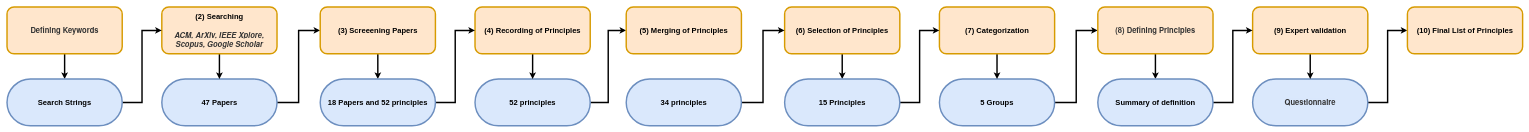
The draw.io diagram definition/images/literature_review/literature_review.drawio in cristianlepore/Self-Sovereign-Identity, before the edit. Source tidied: cells renumbered, new cells numbered last; positions are measured from the earlier drawing's top-left corner, leaving out a move shared by most shapes. Both pictures are drawn from the tidied source at 36%, with x=0, y=0 at pixel (7, 7).
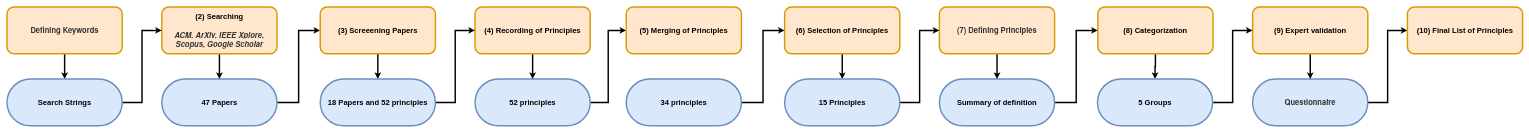
After the change.

Unchanged cells that the change refers to:
```xml
<mxCell id="25" value="&lt;font&gt;15 Principles&lt;/font&gt;" style="rounded=1;whiteSpace=wrap;html=1;fillColor=#dae8fc;arcSize=50;strokeWidth=4;strokeColor=#6c8ebf;fontSize=21;fontStyle=1;" parent="1" vertex="1">
  <mxGeometry x="2160" y="200" width="320" height="130" as="geometry" />
</mxCell>
<mxCell id="31" value="&lt;div&gt;&lt;font&gt;(9) Expert validation&lt;br&gt;&lt;/font&gt;&lt;/div&gt;" style="rounded=1;whiteSpace=wrap;html=1;fillColor=#ffe6cc;strokeWidth=4;strokeColor=#d79b00;fontSize=21;fontStyle=1;" parent="1" vertex="1">
  <mxGeometry x="3460" width="320" height="130" as="geometry" />
</mxCell>
```

What changed in the source:
```diff
@@
-    <mxCell id="20" style="edgeStyle=orthogonalEdgeStyle;rounded=0;jettySize=auto;html=1;entryX=0;entryY=0.5;entryDx=0;entryDy=0;strokeWidth=4;fontSize=21;fontStyle=1;" parent="1" edge="1" source="21" target="27">
-      <mxGeometry relative="1" as="geometry" />
-    </mxCell>
-    <mxCell id="21" value="&lt;font&gt;5 Groups&lt;/font&gt;" style="rounded=1;whiteSpace=wrap;html=1;fillColor=#dae8fc;arcSize=50;strokeWidth=4;strokeColor=#6c8ebf;fontSize=21;fontStyle=1;" parent="1" vertex="1">
-      <mxGeometry x="2590" y="200" width="320" height="130" as="geometry" />
-    </mxCell>
-    <mxCell id="22" style="edgeStyle=orthogonalEdgeStyle;rounded=0;jettySize=auto;html=1;entryX=0.5;entryY=0;entryDx=0;entryDy=0;strokeWidth=4;fontSize=21;fontStyle=1;" parent="1" edge="1" source="23" target="21">
-      <mxGeometry relative="1" as="geometry" />
-    </mxCell>
-    <mxCell id="23" value="&lt;div&gt;&lt;font&gt;(7) Categorization&lt;/font&gt;&lt;/div&gt;" style="rounded=1;whiteSpace=wrap;html=1;fillColor=#ffe6cc;strokeWidth=4;strokeColor=#d79b00;fontSize=21;fontStyle=1;" parent="1" vertex="1">
-      <mxGeometry x="2590" width="320" height="130" as="geometry" />
-    </mxCell>
-    <mxCell id="24" style="edgeStyle=orthogonalEdgeStyle;rounded=0;jettySize=auto;html=1;entryX=0;entryY=0.5;entryDx=0;entryDy=0;strokeWidth=4;fontSize=21;fontStyle=1;" parent="1" edge="1" source="25" target="23">
-      <mxGeometry relative="1" as="geometry" />
-    </mxCell>
+    <mxCell id="38" style="edgeStyle=orthogonalEdgeStyle;rounded=0;jettySize=auto;html=1;entryX=0;entryY=0.5;entryDx=0;entryDy=0;strokeWidth=4;fontSize=21;fontStyle=1;" parent="1" edge="1" source="33" target="43">
+      <mxGeometry relative="1" as="geometry" />
+    </mxCell>
+    <mxCell id="33" value="&lt;font&gt;Summary of definition&lt;/font&gt;" style="rounded=1;whiteSpace=wrap;html=1;fillColor=#dae8fc;arcSize=50;strokeWidth=4;strokeColor=#6c8ebf;fontSize=21;fontStyle=1;" parent="1" vertex="1">
+      <mxGeometry x="2590" y="200" width="320" height="130" as="geometry" />
+    </mxCell>
+    <mxCell id="39" style="edgeStyle=orthogonalEdgeStyle;rounded=0;jettySize=auto;html=1;entryX=0.5;entryY=0;entryDx=0;entryDy=0;strokeWidth=4;fontSize=21;fontStyle=1;" parent="1" edge="1" source="40" target="33">
+      <mxGeometry relative="1" as="geometry" />
+    </mxCell>
+    <mxCell id="40" value="&lt;div&gt;&lt;div&gt;&lt;font style=&quot;background-color: light-dark(rgb(255, 230, 204), rgb(255, 255, 255));&quot;&gt;&lt;span style=&quot;--tw-border-spacing-x: 0; --tw-border-spacing-y: 0; --tw-translate-x: 0; --tw-translate-y: 0; --tw-rotate: 0; --tw-skew-x: 0; --tw-skew-y: 0; --tw-scale-x: 1; --tw-scale-y: 1; --tw-pan-x: ; --tw-pan-y: ; --tw-pinch-zoom: ; --tw-scroll-snap-strictness: proximity; --tw-gradient-from-position: ; --tw-gradient-via-position: ; --tw-gradient-to-position: ; --tw-ordinal: ; --tw-slashed-zero: ; --tw-numeric-figure: ; --tw-numeric-spacing: ; --tw-numeric-fraction: ; --tw-ring-inset: ; --tw-ring-offset-width: 0px; --tw-ring-offset-color: light-dark(#fff, #000000); --tw-ring-color: rgb(59 130 246 / .5); --tw-ring-offset-shadow: 0 0 #0000; --tw-ring-shadow: 0 0 #0000; --tw-shadow: 0 0 #0000; --tw-shadow-colored: 0 0 #0000; --tw-blur: ; --tw-brightness: ; --tw-contrast: ; --tw-grayscale: ; --tw-hue-rotate: ; --tw-invert: ; --tw-saturate: ; --tw-sepia: ; --tw-drop-shadow: ; --tw-backdrop-blur: ; --tw-backdrop-brightness: ; --tw-backdrop-contrast: ; --tw-backdrop-grayscale: ; --tw-backdrop-hue-rotate: ; --tw-backdrop-invert: ; --tw-backdrop-opacity: ; --tw-backdrop-saturate: ; --tw-backdrop-sepia: ; color: rgb(51, 51, 51); font-family: &amp;quot;Helvetica Neue&amp;quot;, Helvetica, &amp;quot;Segoe UI&amp;quot;, Arial, freesans, sans-serif; font-variant-ligatures: normal; font-variant-caps: normal; letter-spacing: normal; text-align: start; text-indent: 0px; text-transform: none; word-spacing: 0px; -webkit-text-stroke-width: 0px; white-space: normal; text-decoration-thickness: initial; text-decoration-style: initial; text-decoration-color: initial;&quot;&gt;(7) Defining Principles&lt;/span&gt;&lt;/font&gt;&lt;/div&gt;&lt;/div&gt;" style="rounded=1;whiteSpace=wrap;html=1;fillColor=#ffe6cc;strokeWidth=4;strokeColor=#d79b00;fontSize=21;fontStyle=1;" parent="1" vertex="1">
+      <mxGeometry x="2590" width="320" height="130" as="geometry" />
+    </mxCell>
+    <mxCell id="41" style="edgeStyle=orthogonalEdgeStyle;rounded=0;jettySize=auto;html=1;entryX=0;entryY=0.5;entryDx=0;entryDy=0;strokeWidth=4;fontSize=21;fontStyle=1;" parent="1" edge="1" source="25" target="40">
+      <mxGeometry relative="1" as="geometry" />
+    </mxCell>
@@
-    <mxCell id="26" style="edgeStyle=orthogonalEdgeStyle;rounded=0;jettySize=auto;html=1;entryX=0.5;entryY=0;entryDx=0;entryDy=0;strokeWidth=4;fontSize=21;fontStyle=1;" parent="1" edge="1" source="27" target="33">
-      <mxGeometry relative="1" as="geometry" />
-    </mxCell>
-    <mxCell id="27" value="&lt;div&gt;&lt;font style=&quot;background-color: light-dark(rgb(255, 230, 204), rgb(255, 255, 255));&quot;&gt;&lt;span style=&quot;--tw-border-spacing-x: 0; --tw-border-spacing-y: 0; --tw-translate-x: 0; --tw-translate-y: 0; --tw-rotate: 0; --tw-skew-x: 0; --tw-skew-y: 0; --tw-scale-x: 1; --tw-scale-y: 1; --tw-pan-x: ; --tw-pan-y: ; --tw-pinch-zoom: ; --tw-scroll-snap-strictness: proximity; --tw-gradient-from-position: ; --tw-gradient-via-position: ; --tw-gradient-to-position: ; --tw-ordinal: ; --tw-slashed-zero: ; --tw-numeric-figure: ; --tw-numeric-spacing: ; --tw-numeric-fraction: ; --tw-ring-inset: ; --tw-ring-offset-width: 0px; --tw-ring-offset-color: light-dark(#fff, #000000); --tw-ring-color: rgb(59 130 246 / .5); --tw-ring-offset-shadow: 0 0 #0000; --tw-ring-shadow: 0 0 #0000; --tw-shadow: 0 0 #0000; --tw-shadow-colored: 0 0 #0000; --tw-blur: ; --tw-brightness: ; --tw-contrast: ; --tw-grayscale: ; --tw-hue-rotate: ; --tw-invert: ; --tw-saturate: ; --tw-sepia: ; --tw-drop-shadow: ; --tw-backdrop-blur: ; --tw-backdrop-brightness: ; --tw-backdrop-contrast: ; --tw-backdrop-grayscale: ; --tw-backdrop-hue-rotate: ; --tw-backdrop-invert: ; --tw-backdrop-opacity: ; --tw-backdrop-saturate: ; --tw-backdrop-sepia: ; color: rgb(51, 51, 51); font-family: &amp;quot;Helvetica Neue&amp;quot;, Helvetica, &amp;quot;Segoe UI&amp;quot;, Arial, freesans, sans-serif; font-variant-ligatures: normal; font-variant-caps: normal; letter-spacing: normal; text-align: start; text-indent: 0px; text-transform: none; word-spacing: 0px; -webkit-text-stroke-width: 0px; white-space: normal; text-decoration-thickness: initial; text-decoration-style: initial; text-decoration-color: initial;&quot;&gt;(8) Defining Principles&lt;/span&gt;&lt;/font&gt;&lt;/div&gt;" style="rounded=1;whiteSpace=wrap;html=1;fillColor=#ffe6cc;strokeWidth=4;strokeColor=#d79b00;fontSize=21;fontStyle=1;" parent="1" vertex="1">
-      <mxGeometry x="3030" width="320" height="130" as="geometry" />
-    </mxCell>
+    <mxCell id="42" style="edgeStyle=orthogonalEdgeStyle;rounded=0;jettySize=auto;html=1;entryX=0.5;entryY=0;entryDx=0;entryDy=0;strokeWidth=4;fontSize=21;fontStyle=1;" parent="1" edge="1" source="43" target="21">
+      <mxGeometry relative="1" as="geometry" />
+    </mxCell>
+    <mxCell id="43" value="&lt;br&gt;&lt;div&gt;&lt;font&gt;(8) Categorization&lt;/font&gt;&lt;/div&gt;&lt;div&gt;&lt;font&gt;&lt;br&gt;&lt;/font&gt;&lt;/div&gt;" style="rounded=1;whiteSpace=wrap;html=1;fillColor=#ffe6cc;strokeWidth=4;strokeColor=#d79b00;fontSize=21;fontStyle=1;" parent="1" vertex="1">
+      <mxGeometry x="3030" width="320" height="130" as="geometry" />
+    </mxCell>
@@
-    <mxCell id="32" style="edgeStyle=orthogonalEdgeStyle;rounded=0;jettySize=auto;html=1;entryX=0;entryY=0.5;entryDx=0;entryDy=0;strokeWidth=4;fontSize=21;fontStyle=1;" parent="1" edge="1" source="33" target="31">
-      <mxGeometry relative="1" as="geometry" />
-    </mxCell>
-    <mxCell id="33" value="&lt;font&gt;Summary of definition&lt;br&gt;&lt;/font&gt;" style="rounded=1;whiteSpace=wrap;html=1;fillColor=#dae8fc;arcSize=50;strokeWidth=4;strokeColor=#6c8ebf;fontSize=21;fontStyle=1;" parent="1" vertex="1">
-      <mxGeometry x="3030" y="200" width="320" height="130" as="geometry" />
-    </mxCell>
+    <mxCell id="44" style="edgeStyle=orthogonalEdgeStyle;rounded=0;jettySize=auto;html=1;entryX=0;entryY=0.5;entryDx=0;entryDy=0;strokeWidth=4;fontSize=21;fontStyle=1;" parent="1" edge="1" source="21" target="31">
+      <mxGeometry relative="1" as="geometry" />
+    </mxCell>
+    <mxCell id="21" value="&lt;div&gt;&lt;font&gt;5 Groups&lt;/font&gt;&lt;/div&gt;" style="rounded=1;whiteSpace=wrap;html=1;fillColor=#dae8fc;arcSize=50;strokeWidth=4;strokeColor=#6c8ebf;fontSize=21;fontStyle=1;" parent="1" vertex="1">
+      <mxGeometry x="3029" y="200" width="320" height="130" as="geometry" />
+    </mxCell>
```
